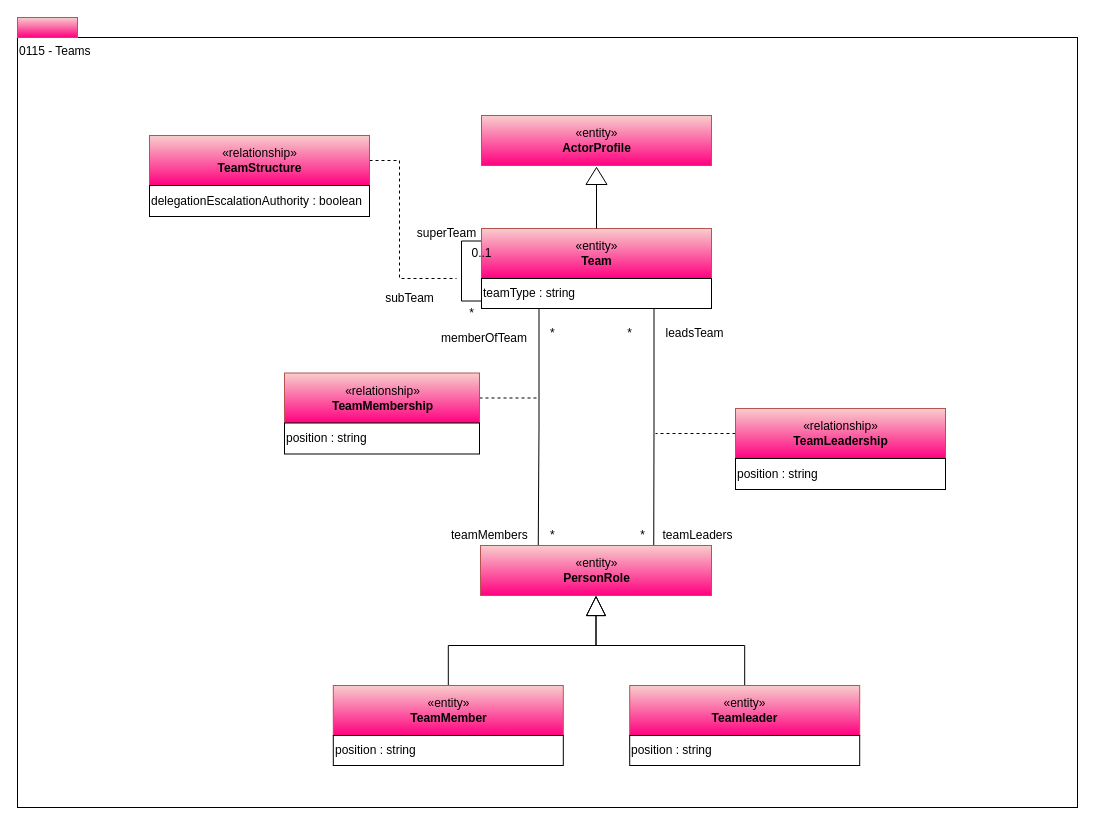
Earlier version of the draw.io diagram page "0115-Teams" (4 of 12) of site/docs/types/1/area-1-collaboration.drawio (odpi/egeria-docs). Source tidied: cells renumbered, new cells numbered last; positions are measured from the earlier drawing's top-left corner, leaving out a move shared by most shapes. Both pictures are drawn from the tidied source at 100%, with x=0, y=0 at pixel (17, 17).
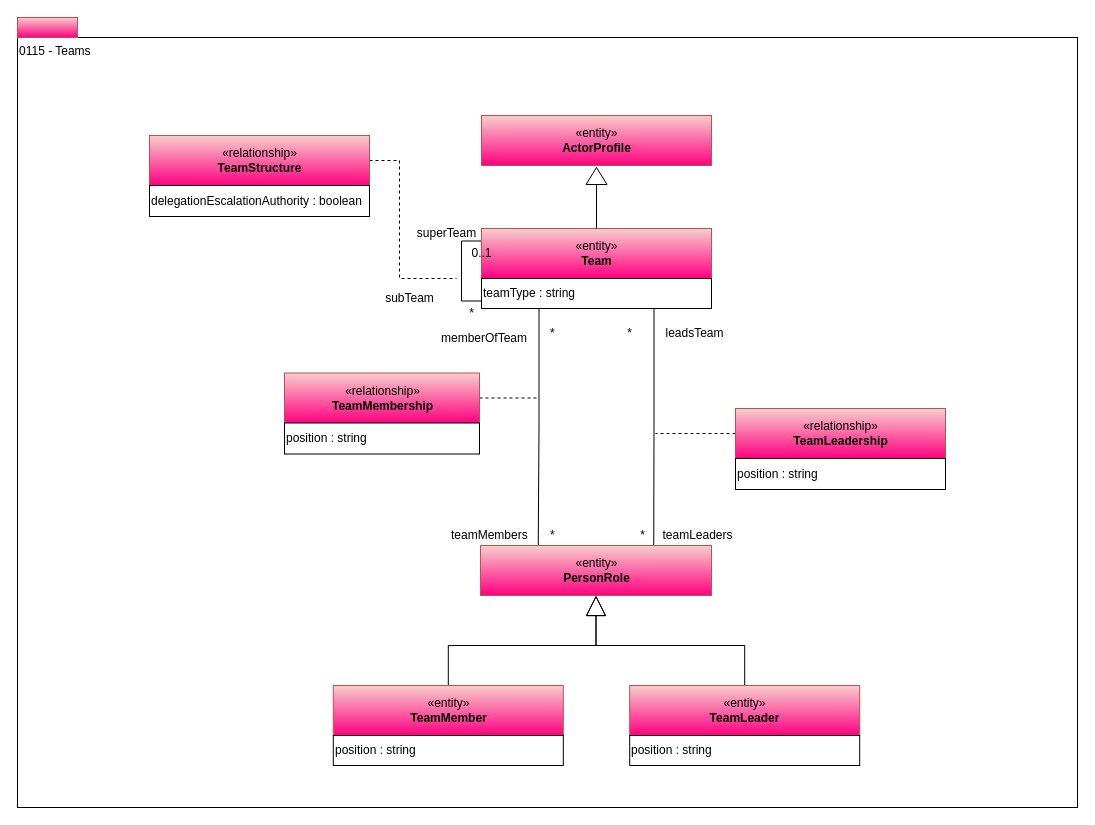
Above is the later version.

What changed in the source:
```diff
@@
-    <mxCell id="38" value="«entity»&lt;br&gt;&lt;b&gt;Teamleader&lt;/b&gt;" style="html=1;strokeColor=#b85450;align=center;fillColor=#f8cecc;gradientColor=#FF0080;" parent="1" vertex="1">
+    <mxCell id="38" value="«entity»&lt;br&gt;&lt;b&gt;TeamLeader&lt;/b&gt;" style="html=1;strokeColor=#b85450;align=center;fillColor=#f8cecc;gradientColor=#FF0080;" parent="1" vertex="1">
       <mxGeometry x="612.2" y="668" width="230" height="50" as="geometry" />
     </mxCell>
```
